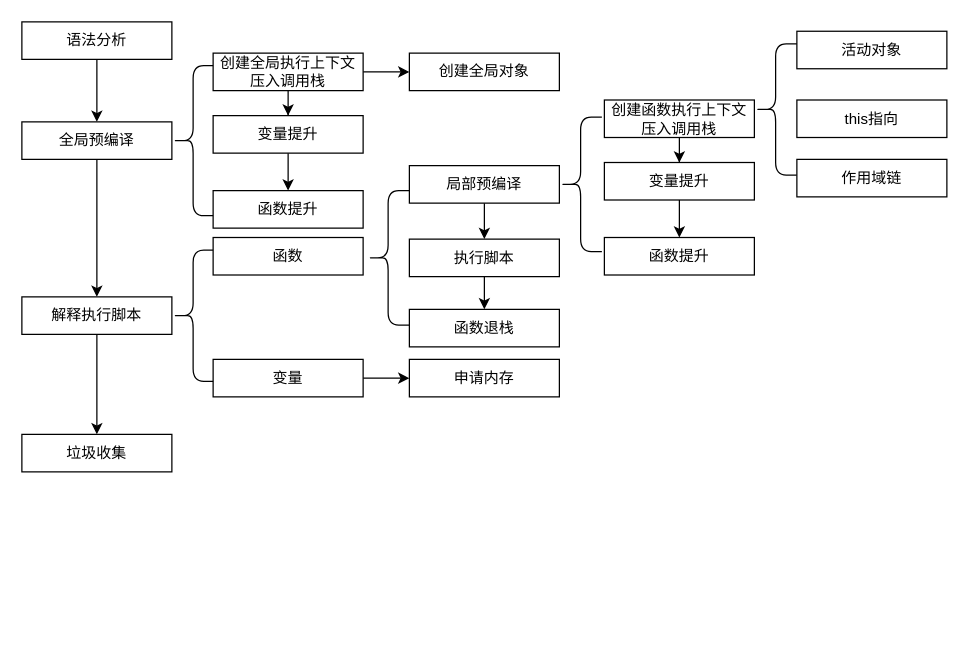
Before: Untitled Diagram.drawio in wshhxyz/my-music, a draw.io diagram. Source tidied: cells renumbered, new cells numbered last; positions are measured from the earlier drawing's top-left corner, leaving out a move shared by most shapes. Both pictures are drawn from the tidied source at 125%, with x=0, y=0 at pixel (21, 21).
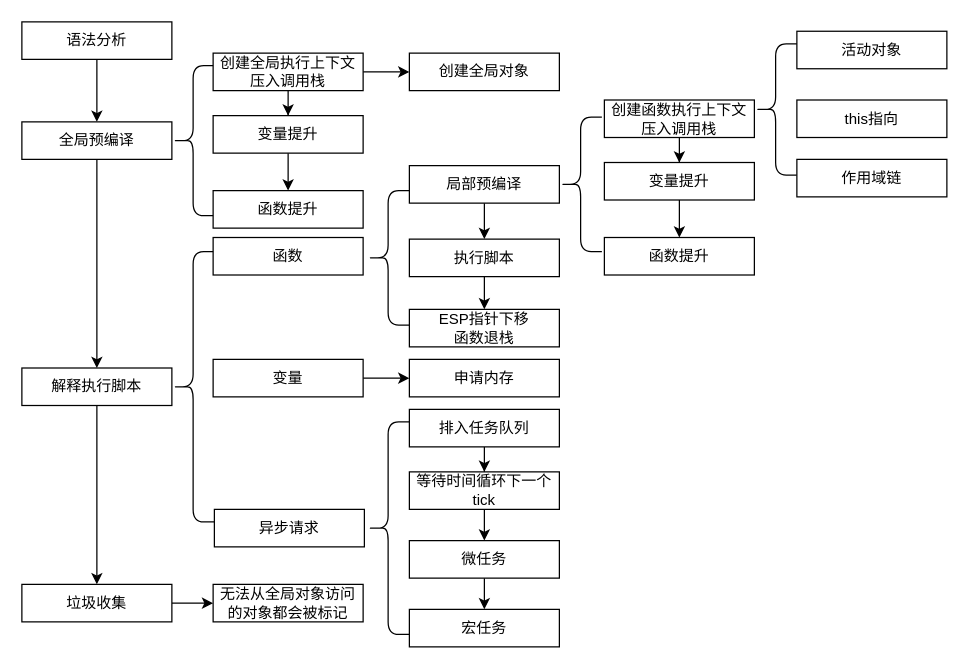
The same diagram, later.

Change to the diagram source:
```diff
@@
     <mxCell id="7" value="解释执行脚本" style="rounded=0;whiteSpace=wrap;html=1;" parent="1" vertex="1">
-      <mxGeometry y="220" width="120" height="30" as="geometry" />
+      <mxGeometry y="276.9" width="120" height="30" as="geometry" />
     </mxCell>
@@
     <mxCell id="20" style="shape=curlyBracket;whiteSpace=wrap;html=1;rounded=1;size=0.5;" parent="1" vertex="1">
-      <mxGeometry x="120" y="182.5" width="34" height="105" as="geometry" />
+      <mxGeometry x="120" y="183.8" width="34" height="216.2" as="geometry" />
     </mxCell>
@@
-    <mxCell id="32" value="函数退栈" style="rounded=0;whiteSpace=wrap;html=1;" parent="1" vertex="1">
+    <mxCell id="32" value="ESP指针下移&lt;br&gt;函数退栈" style="rounded=0;whiteSpace=wrap;html=1;" parent="1" vertex="1">
       <mxGeometry x="310" y="230" width="120" height="30" as="geometry" />
     </mxCell>
@@
+    <mxCell id="38" style="edgeStyle=orthogonalEdgeStyle;rounded=0;jettySize=auto;html=1;" parent="1" edge="1" source="37" target="39">
+      <mxGeometry relative="1" as="geometry" />
+    </mxCell>
     <mxCell id="37" value="垃圾收集" style="rounded=0;whiteSpace=wrap;html=1;" parent="1" vertex="1">
-      <mxGeometry y="330" width="120" height="30" as="geometry" />
+      <mxGeometry y="450" width="120" height="30" as="geometry" />
     </mxCell>
+    <mxCell id="39" value="无法从全局对象访问的对象都会被标记" style="rounded=0;whiteSpace=wrap;html=1;" parent="1" vertex="1">
+      <mxGeometry x="153" y="450" width="120" height="30" as="geometry" />
+    </mxCell>
+    <mxCell id="40" value="异步请求" style="rounded=0;whiteSpace=wrap;html=1;" parent="1" vertex="1">
+      <mxGeometry x="154" y="390" width="120" height="30" as="geometry" />
+    </mxCell>
+    <mxCell id="41" style="shape=curlyBracket;whiteSpace=wrap;html=1;rounded=1;" parent="1" vertex="1">
+      <mxGeometry x="276" y="320" width="34" height="170" as="geometry" />
+    </mxCell>
+    <mxCell id="42" style="edgeStyle=orthogonalEdgeStyle;rounded=0;jettySize=auto;html=1;" parent="1" edge="1" source="43" target="45">
+      <mxGeometry relative="1" as="geometry" />
+    </mxCell>
+    <mxCell id="43" value="排入任务队列" style="rounded=0;whiteSpace=wrap;html=1;" parent="1" vertex="1">
+      <mxGeometry x="310" y="310" width="120" height="30" as="geometry" />
+    </mxCell>
+    <mxCell id="44" style="edgeStyle=orthogonalEdgeStyle;rounded=0;jettySize=auto;html=1;" parent="1" edge="1" source="45" target="47">
+      <mxGeometry relative="1" as="geometry" />
+    </mxCell>
+    <mxCell id="45" value="等待时间循环下一个tick" style="rounded=0;whiteSpace=wrap;html=1;" parent="1" vertex="1">
+      <mxGeometry x="310" y="360" width="120" height="30" as="geometry" />
+    </mxCell>
+    <mxCell id="46" style="edgeStyle=orthogonalEdgeStyle;rounded=0;jettySize=auto;html=1;" parent="1" edge="1" source="47" target="48">
+      <mxGeometry relative="1" as="geometry" />
+    </mxCell>
+    <mxCell id="47" value="微任务" style="rounded=0;whiteSpace=wrap;html=1;" parent="1" vertex="1">
+      <mxGeometry x="310" y="415" width="120" height="30" as="geometry" />
+    </mxCell>
+    <mxCell id="48" value="宏任务" style="rounded=0;whiteSpace=wrap;html=1;" parent="1" vertex="1">
+      <mxGeometry x="310" y="470" width="120" height="30" as="geometry" />
+    </mxCell>
```
